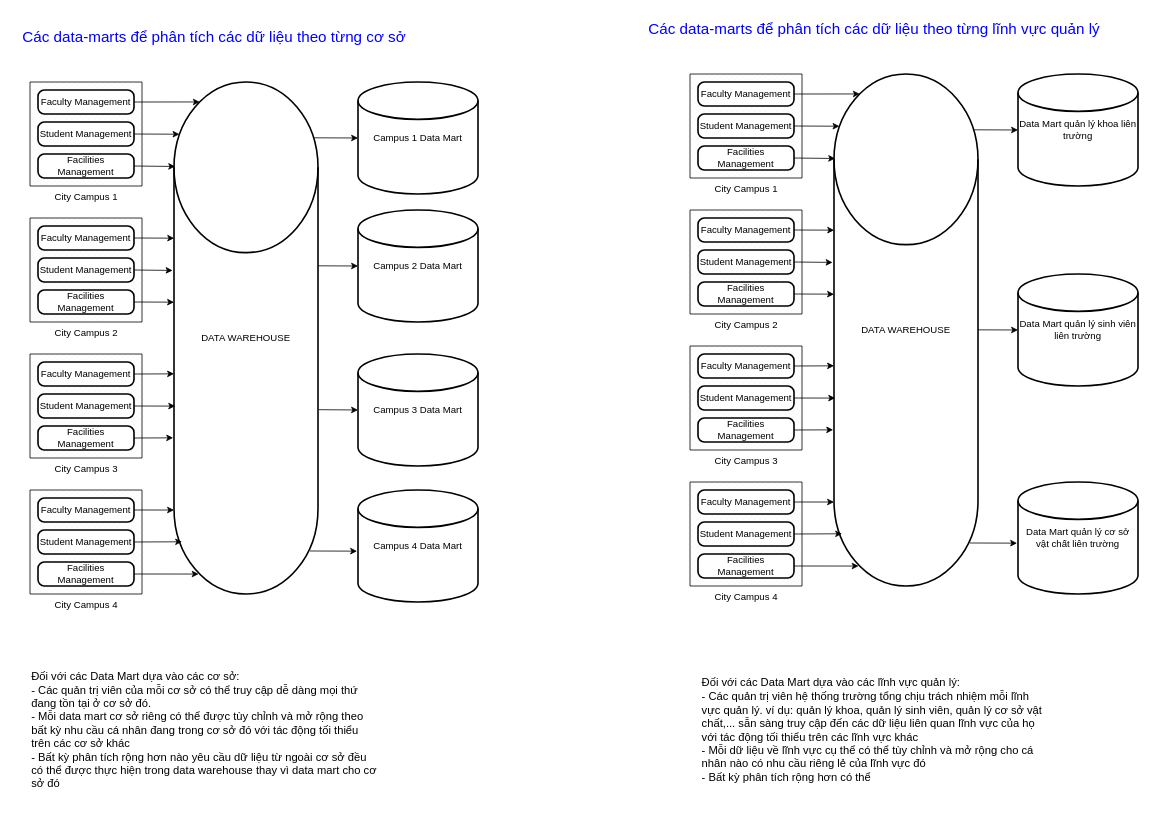
The draw.io diagram DEP302x_01-A_VN/lab1.dio in Ky13ao/my-solution, before the edit. Source tidied: cells renumbered, new cells numbered last; positions are measured from the earlier drawing's top-left corner, leaving out a move shared by most shapes. Both pictures are drawn from the tidied source at 80%, with x=0, y=0 at pixel (14, 14).
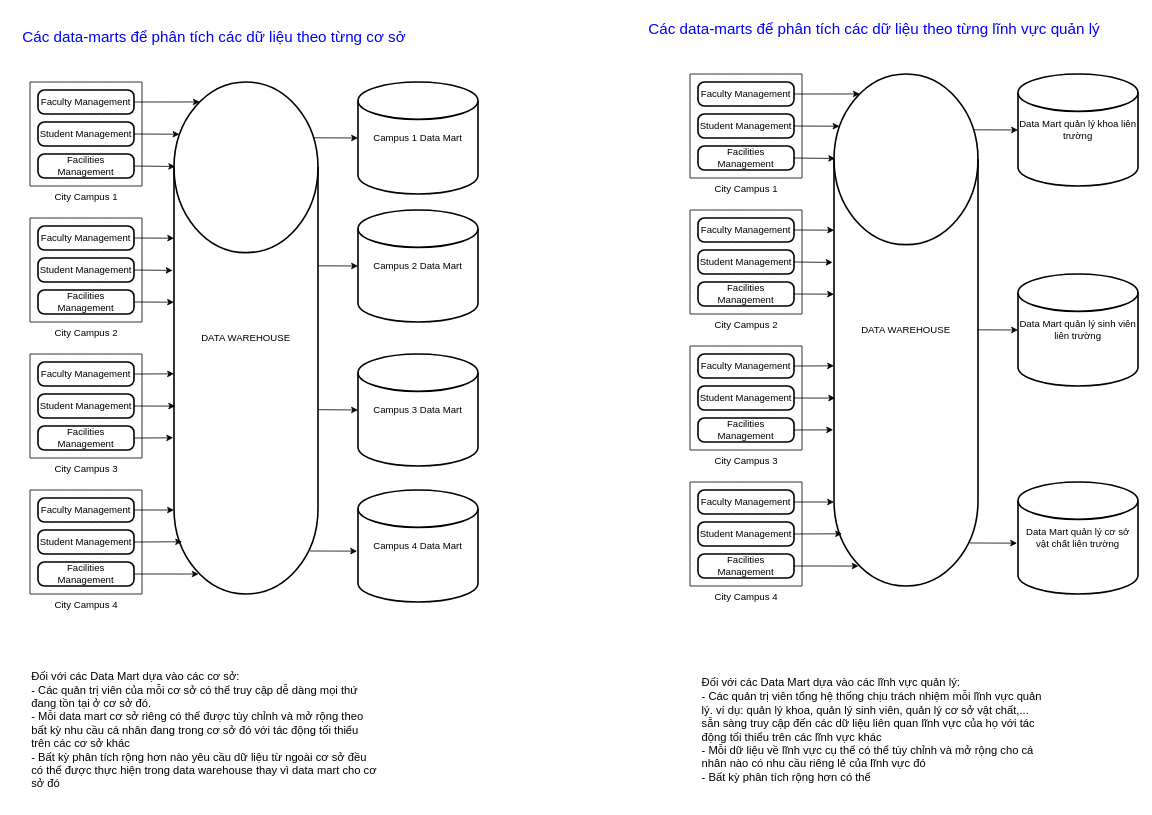
The same diagram, later.

What changed in the source:
```diff
@@
-    <mxCell id="85" value="&lt;span style=&quot;font-size: 14px;&quot;&gt;Đối với các Data Mart dựa vào các lĩnh vực quản lý:&lt;/span&gt;&lt;br style=&quot;border-color: var(--border-color); font-size: 14px;&quot;&gt;&lt;div style=&quot;border-color: var(--border-color); font-size: 14px;&quot;&gt;&lt;span style=&quot;background-color: initial; font-size: 14px;&quot;&gt;- Các quản trị viên hệ thống trường tổng chịu trách nhiệm mỗi lĩnh vực quản lý. ví dụ: quản lý khoa, quản lý sinh viên, quản lý cơ sở vật chất,... sẵn sàng truy cập đến các dữ liệu liên quan lĩnh vực của họ với tác động tối thiểu trên các lĩnh vực khác&lt;/span&gt;&lt;/div&gt;&lt;div style=&quot;border-color: var(--border-color); font-size: 14px;&quot;&gt;&lt;span style=&quot;background-color: initial; font-size: 14px;&quot;&gt;- Mỗi dữ liệu về lĩnh vực cụ thể có thể tùy chỉnh và mở rộng cho cá nhân nào có nhu cầu riêng lẻ của lĩnh vực đó&lt;/span&gt;&lt;/div&gt;&lt;div style=&quot;border-color: var(--border-color); font-size: 14px;&quot;&gt;&lt;span style=&quot;background-color: initial; font-size: 14px;&quot;&gt;- Bất kỳ phân tích rộng hơn có thể&lt;/span&gt;&lt;/div&gt;" style="whiteSpace=wrap;html=1;strokeColor=none;fillColor=none;align=left;fontSize=14;" parent="1" vertex="1">
+    <mxCell id="85" value="&lt;span style=&quot;font-size: 14px;&quot;&gt;Đối với các Data Mart dựa vào các lĩnh vực quản lý:&lt;/span&gt;&lt;br style=&quot;border-color: var(--border-color); font-size: 14px;&quot;&gt;&lt;div style=&quot;border-color: var(--border-color); font-size: 14px;&quot;&gt;&lt;span style=&quot;background-color: initial; font-size: 14px;&quot;&gt;- Các quản trị viên tổng hệ thống chịu trách nhiệm mỗi lĩnh vực quản lý. ví dụ: quản lý khoa, quản lý sinh viên, quản lý cơ sở vật chất,... sẵn sàng truy cập đến các dữ liệu liên quan lĩnh vực của họ với tác động tối thiểu trên các lĩnh vực khác&lt;/span&gt;&lt;/div&gt;&lt;div style=&quot;border-color: var(--border-color); font-size: 14px;&quot;&gt;&lt;span style=&quot;background-color: initial; font-size: 14px;&quot;&gt;- Mỗi dữ liệu về lĩnh vực cụ thể có thể tùy chỉnh và mở rộng cho cá nhân nào có nhu cầu riêng lẻ của lĩnh vực đó&lt;/span&gt;&lt;/div&gt;&lt;div style=&quot;border-color: var(--border-color); font-size: 14px;&quot;&gt;&lt;span style=&quot;background-color: initial; font-size: 14px;&quot;&gt;- Bất kỳ phân tích rộng hơn có thể&lt;/span&gt;&lt;/div&gt;" style="whiteSpace=wrap;html=1;strokeColor=none;fillColor=none;align=left;fontSize=14;" parent="1" vertex="1">
       <mxGeometry x="857.5" y="805" width="435" height="180" as="geometry" />
     </mxCell>
```
